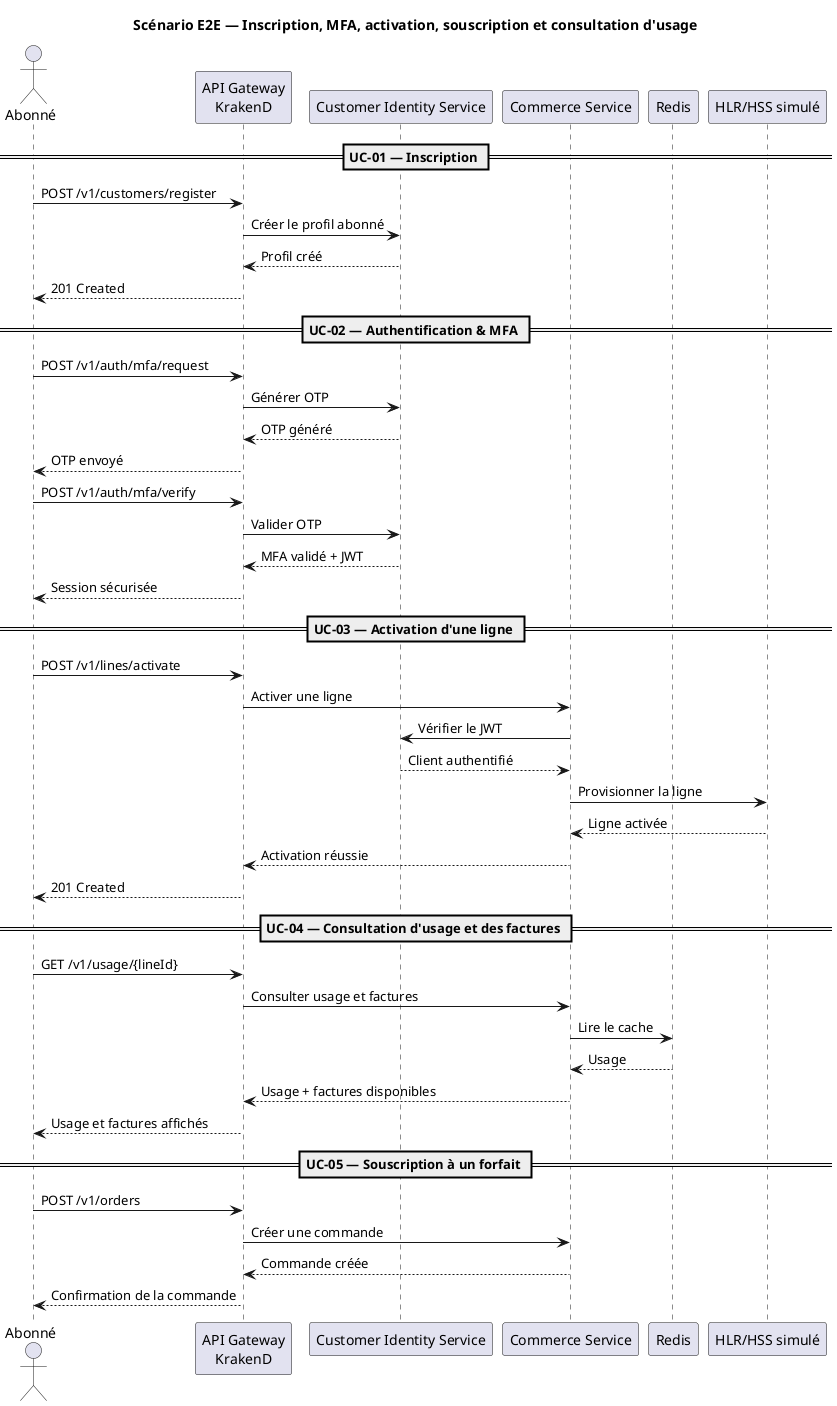
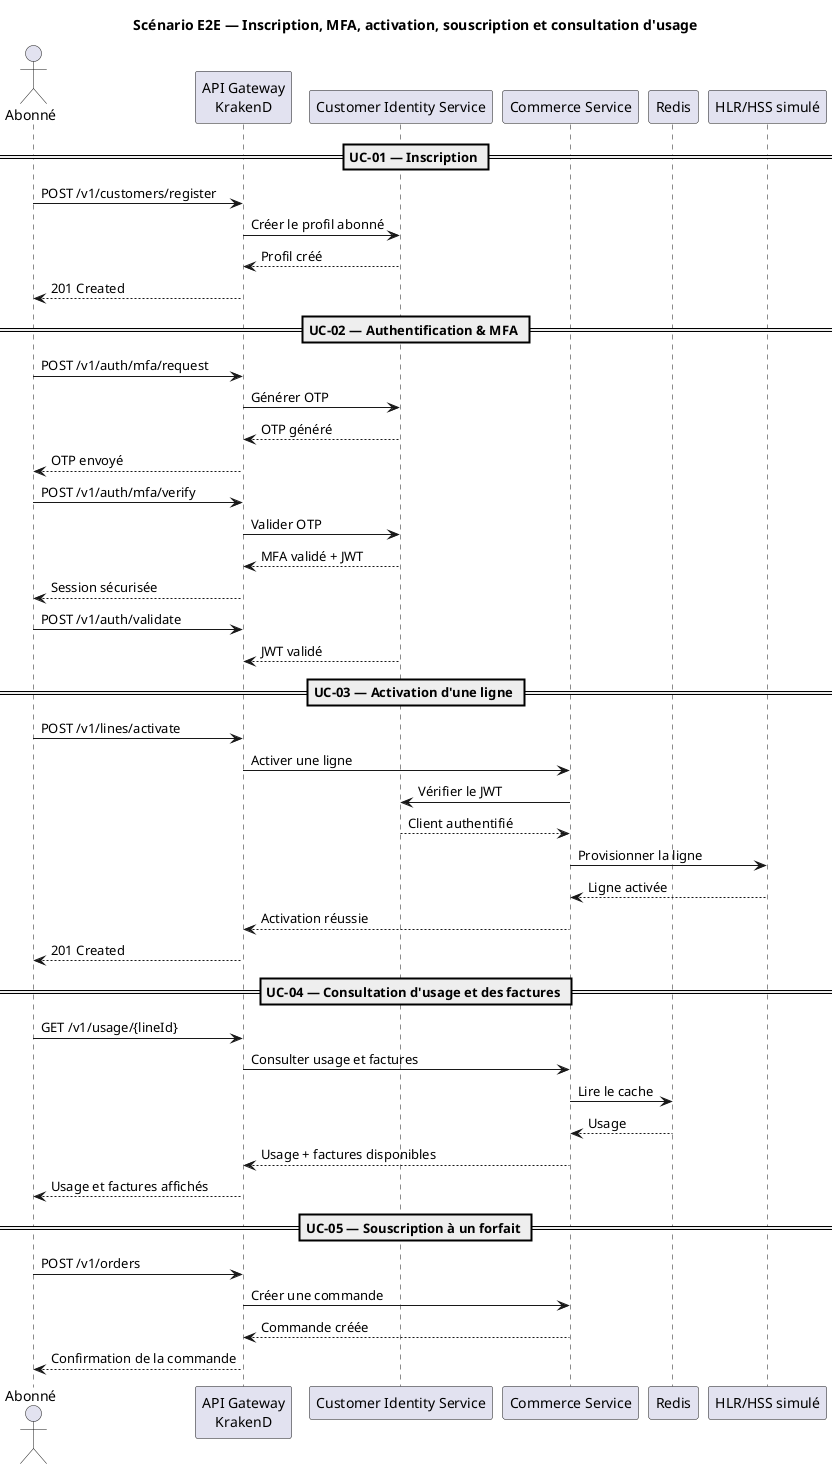
@startuml
title Scénario E2E — Inscription, MFA, activation, souscription et consultation d'usage

actor "Abonné" as A

participant "API Gateway\nKrakenD" as G
participant "Customer Identity Service" as I
participant "Commerce Service" as C
participant "Redis" as R
participant "HLR/HSS simulé" as HLR

== UC-01 — Inscription ==

A -> G : POST /v1/customers/register
G -> I : Créer le profil abonné
I --> G : Profil créé
G --> A : 201 Created

== UC-02 — Authentification & MFA ==

A -> G : POST /v1/auth/mfa/request
G -> I : Générer OTP
I --> G : OTP généré
G --> A : OTP envoyé

A -> G : POST /v1/auth/mfa/verify
G -> I : Valider OTP
I --> G : MFA validé + JWT
G --> A : Session sécurisée
+ A -> G : POST /v1/auth/validate
+ I --> G : JWT validé

== UC-03 — Activation d'une ligne ==

A -> G : POST /v1/lines/activate
G -> C : Activer une ligne
C -> I : Vérifier le JWT
I --> C : Client authentifié
C -> HLR : Provisionner la ligne
HLR --> C : Ligne activée
C --> G : Activation réussie
G --> A : 201 Created

== UC-04 — Consultation d'usage et des factures ==

A -> G : GET /v1/usage/{lineId}
G -> C : Consulter usage et factures
C -> R : Lire le cache
R --> C : Usage
C --> G : Usage + factures disponibles
G --> A : Usage et factures affichés

== UC-05 — Souscription à un forfait ==

A -> G : POST /v1/orders
G -> C : Créer une commande
C --> G : Commande créée
G --> A : Confirmation de la commande

@enduml